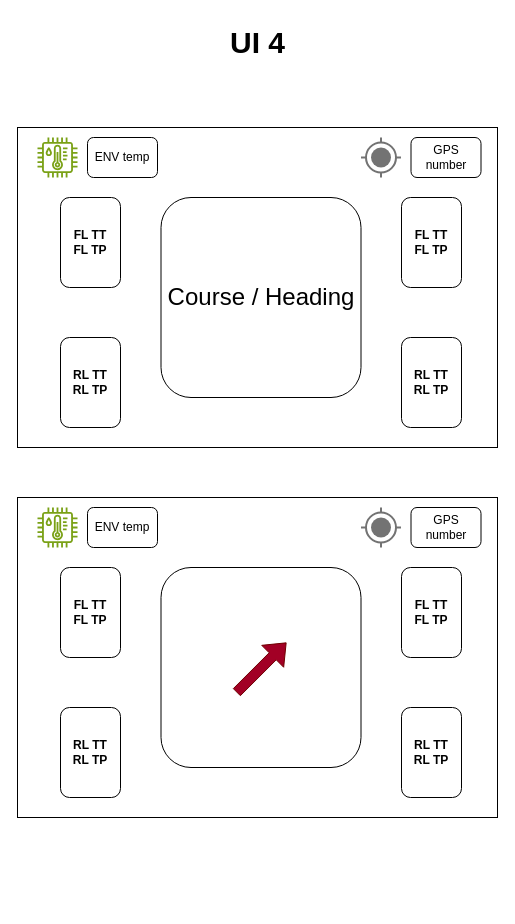
Above: page "UI Page 4" (7 of 13) of pictures/Race Data Logger.drawio in Yobeh-blek/FullSend_Logger (draw.io), before the change. Source tidied: cells renumbered, new cells numbered last; positions are measured from the earlier drawing's top-left corner, leaving out a move shared by most shapes. Both pictures are drawn from the tidied source at 100%, with x=0, y=0 at pixel (17, 17).
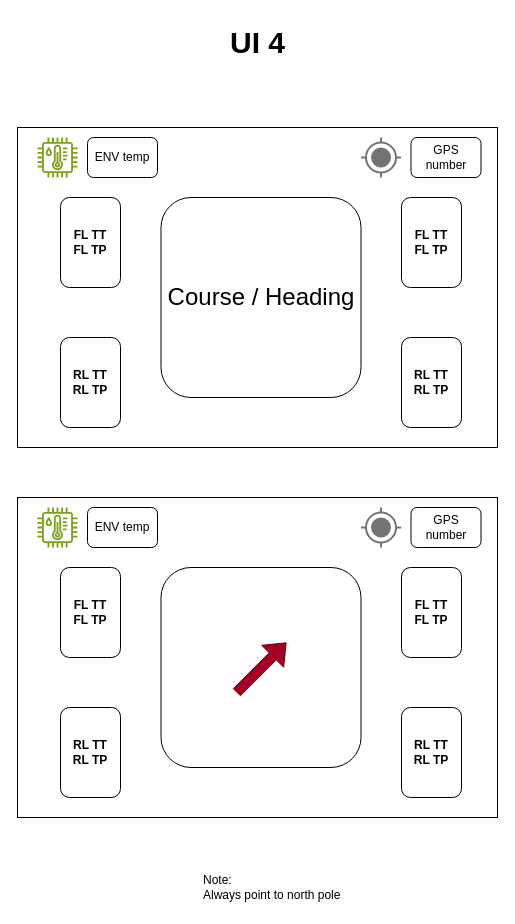
After the change.

The edit, as a diff of the source:
```diff
@@
+    <mxCell id="24" value="Note:&lt;div&gt;Always point to north pole&lt;/div&gt;" style="text;html=1;align=left;verticalAlign=middle;strokeColor=none;fillColor=none;" parent="1" vertex="1">
+      <mxGeometry x="183.5" y="850" width="160" height="40" as="geometry" />
+    </mxCell>
```
